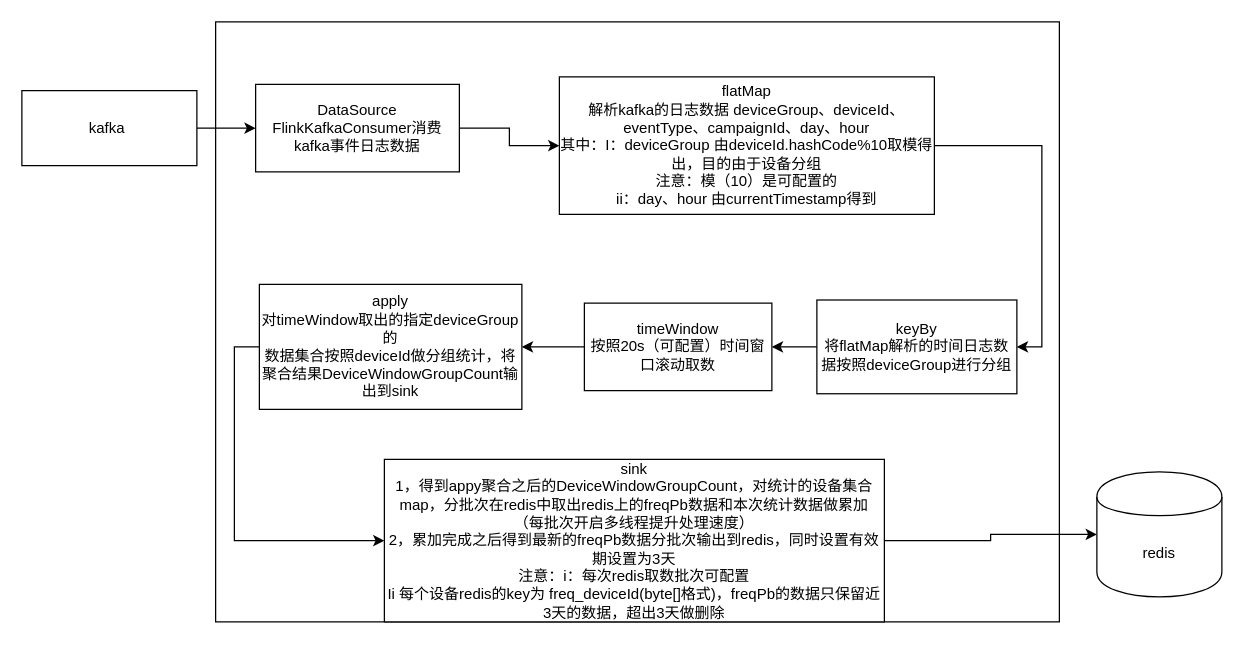
This is page "流程图" (1 of 2) of 频次服务流程设计.drawio from cp0802/xueqqiu, a draw.io file, before an edit. Source tidied: cells renumbered, new cells numbered last; positions are measured from the earlier drawing's top-left corner, leaving out a move shared by most shapes. Both pictures are drawn from the tidied source at 125%, with x=0, y=0 at pixel (21, 21).
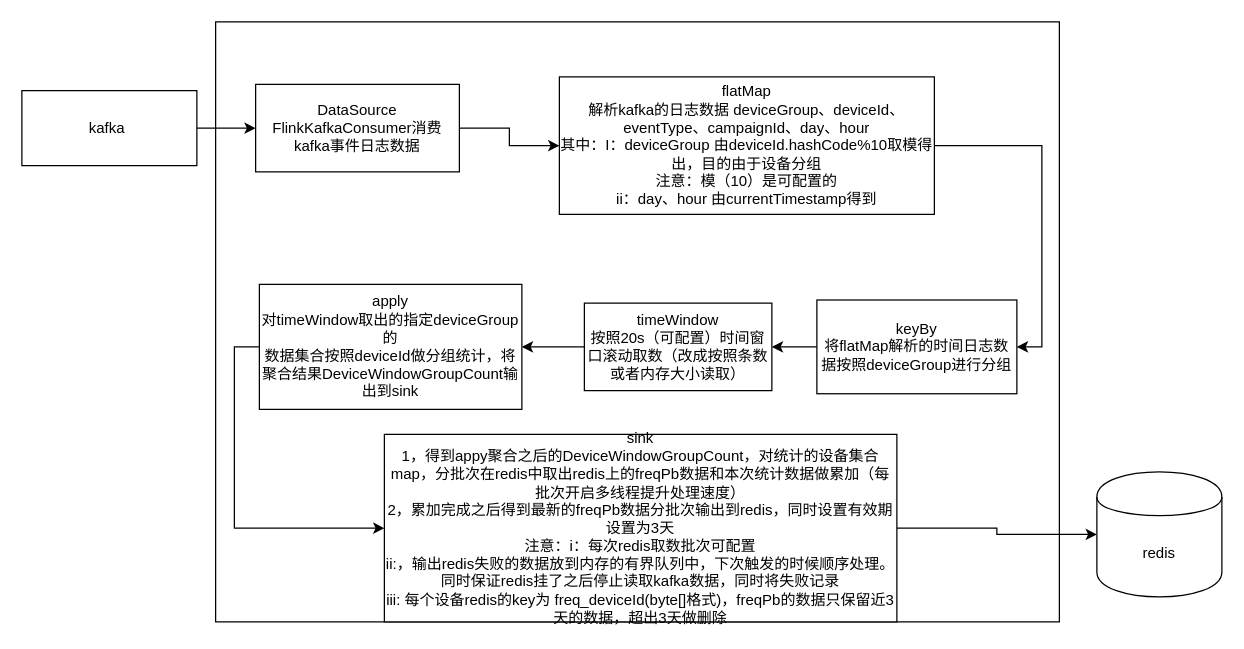
The same diagram, later.

Commit message:
Update 频次服务流程设计.drawio

Diff of the diagram source:
```diff
@@
 <mxGraphModel>
   <root>
     <mxCell id="0" />
     <mxCell id="1" parent="0" />
     <mxCell id="2" style="rounded=0;whiteSpace=wrap;html=1;" parent="1" vertex="1">
       <mxGeometry x="155" width="675" height="480" as="geometry" />
     </mxCell>
     <mxCell id="3" style="edgeStyle=orthogonalEdgeStyle;rounded=0;jettySize=auto;html=1;entryX=0;entryY=0.5;entryDx=0;entryDy=0;" parent="1" edge="1" source="4" target="6">
       <mxGeometry relative="1" as="geometry" />
     </mxCell>
     <mxCell id="4" value="kafka&amp;nbsp;" style="rounded=0;whiteSpace=wrap;html=1;" parent="1" vertex="1">
       <mxGeometry y="55" width="140" height="60" as="geometry" />
     </mxCell>
     <mxCell id="5" style="edgeStyle=orthogonalEdgeStyle;rounded=0;jettySize=auto;html=1;entryX=0;entryY=0.5;entryDx=0;entryDy=0;" parent="1" edge="1" source="6" target="8">
       <mxGeometry relative="1" as="geometry" />
     </mxCell>
     <mxCell id="6" value="DataSource&lt;br&gt;FlinkKafkaConsumer消费kafka事件日志数据" style="rounded=0;whiteSpace=wrap;html=1;" parent="1" vertex="1">
       <mxGeometry x="187" y="50" width="163" height="70" as="geometry" />
     </mxCell>
     <mxCell id="7" style="edgeStyle=orthogonalEdgeStyle;rounded=0;jettySize=auto;html=1;exitX=1;exitY=0.5;exitDx=0;exitDy=0;entryX=1;entryY=0.5;entryDx=0;entryDy=0;" parent="1" edge="1" source="8" target="10">
       <mxGeometry relative="1" as="geometry" />
     </mxCell>
     <mxCell id="8" value="flatMap&lt;br&gt;解析kafka的日志数据 deviceGroup、deviceId、eventType、campaignId、day、hour &lt;br&gt;其中：I：deviceGroup 由deviceId.hashCode%10取模得出，目的由于设备分组&lt;br&gt;注意：模（10）是可配置的&lt;br&gt;ii：day、hour 由currentTimestamp得到" style="rounded=0;whiteSpace=wrap;html=1;" parent="1" vertex="1">
       <mxGeometry x="430" y="44" width="300" height="110" as="geometry" />
     </mxCell>
     <mxCell id="9" style="edgeStyle=orthogonalEdgeStyle;rounded=0;jettySize=auto;html=1;entryX=1;entryY=0.5;entryDx=0;entryDy=0;" parent="1" edge="1" source="10" target="12">
       <mxGeometry relative="1" as="geometry" />
     </mxCell>
     <mxCell id="10" value="keyBy&lt;br&gt;将flatMap解析的时间日志数据按照deviceGroup进行分组" style="rounded=0;whiteSpace=wrap;html=1;" parent="1" vertex="1">
       <mxGeometry x="636" y="222.5" width="160" height="75" as="geometry" />
     </mxCell>
     <mxCell id="11" style="edgeStyle=orthogonalEdgeStyle;rounded=0;jettySize=auto;html=1;" parent="1" edge="1" source="12" target="14">
       <mxGeometry relative="1" as="geometry" />
     </mxCell>
-    <mxCell id="12" value="timeWindow&lt;br&gt;按照20s（可配置）时间窗口滚动取数" style="rounded=0;whiteSpace=wrap;html=1;" parent="1" vertex="1">
+    <mxCell id="12" value="timeWindow&lt;br&gt;按照20s（可配置）时间窗口滚动取数（改成按照条数或者内存大小读取）" style="rounded=0;whiteSpace=wrap;html=1;" parent="1" vertex="1">
       <mxGeometry x="450" y="225" width="150" height="70" as="geometry" />
     </mxCell>
     <mxCell id="13" style="edgeStyle=orthogonalEdgeStyle;rounded=0;jettySize=auto;html=1;entryX=0;entryY=0.5;entryDx=0;entryDy=0;exitX=0;exitY=0.5;exitDx=0;exitDy=0;" parent="1" edge="1" source="14" target="16">
       <mxGeometry relative="1" as="geometry" />
     </mxCell>
     <mxCell id="14" value="apply&lt;br&gt;对timeWindow取出的指定deviceGroup的&lt;br&gt;数据集合按照deviceId做分组统计，将聚合结果DeviceWindowGroupCount输出到sink" style="rounded=0;whiteSpace=wrap;html=1;" parent="1" vertex="1">
       <mxGeometry x="190" y="210" width="210" height="100" as="geometry" />
     </mxCell>
     <mxCell id="15" style="edgeStyle=orthogonalEdgeStyle;rounded=0;jettySize=auto;html=1;" parent="1" edge="1" source="16" target="17">
       <mxGeometry relative="1" as="geometry" />
     </mxCell>
-    <mxCell id="16" value="sink&lt;br&gt;1，得到appy聚合之后的DeviceWindowGroupCount，对统计的设备集合map，分批次在redis中取出redis上的freqPb数据和本次统计数据做累加（每批次开启多线程提升处理速度）&lt;br&gt;2，累加完成之后得到最新的freqPb数据分批次输出到redis，同时设置有效期设置为3天&lt;br&gt;注意：i：每次redis取数批次可配置&lt;br&gt;Ii 每个设备redis的key为 freq_deviceId(byte[]格式)，freqPb的数据只保留近3天的数据，超出3天做删除" style="rounded=0;whiteSpace=wrap;html=1;" parent="1" vertex="1">
-      <mxGeometry x="290" y="350" width="400" height="130" as="geometry" />
+    <mxCell id="16" value="sink&lt;br&gt;1，得到appy聚合之后的DeviceWindowGroupCount，对统计的设备集合map，分批次在redis中取出redis上的freqPb数据和本次统计数据做累加（每批次开启多线程提升处理速度）&lt;br&gt;2，累加完成之后得到最新的freqPb数据分批次输出到redis，同时设置有效期设置为3天&lt;br&gt;注意：i：每次redis取数批次可配置&lt;br&gt;ii:，输出redis失败的数据放到内存的有界队列中，下次触发的时候顺序处理。同时保证redis挂了之后停止读取kafka数据，同时将失败记录&lt;br&gt;iii: 每个设备redis的key为 freq_deviceId(byte[]格式)，freqPb的数据只保留近3天的数据，超出3天做删除" style="rounded=0;whiteSpace=wrap;html=1;" parent="1" vertex="1">
+      <mxGeometry x="290" y="330" width="410" height="150" as="geometry" />
     </mxCell>
     <mxCell id="17" value="redis" style="shape=cylinder;whiteSpace=wrap;html=1;boundedLbl=1;backgroundOutline=1;" parent="1" vertex="1">
       <mxGeometry x="860" y="360" width="100" height="100" as="geometry" />
     </mxCell>
   </root>
 </mxGraphModel>
```
